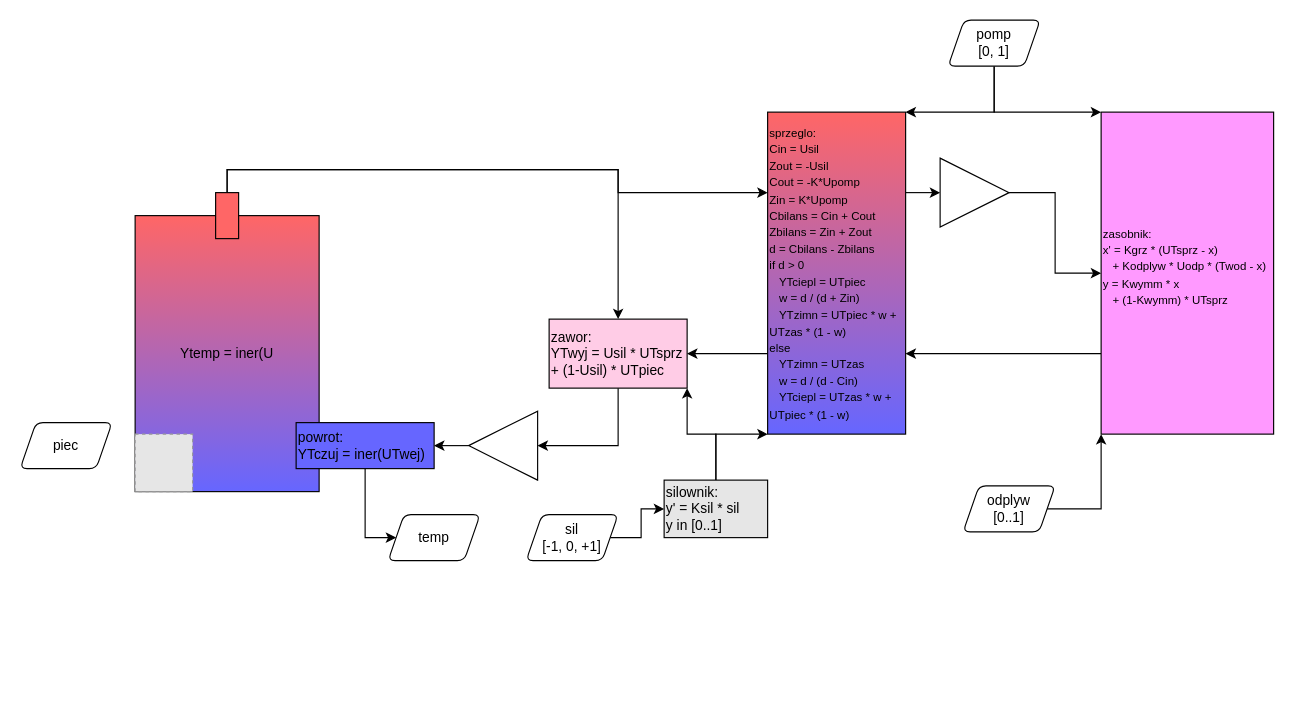
kildom/deprecated keeps this draw.io diagram as doc/TestModelDiagram.drawio. Above is the earlier version. Source tidied: cells renumbered, new cells numbered last; positions are measured from the earlier drawing's top-left corner, leaving out a move shared by most shapes. Both pictures are drawn from the tidied source at 115%, with x=0, y=0 at pixel (20, 20). Pictures stored in the file or linked from it are replaced by grey dashed boxes.
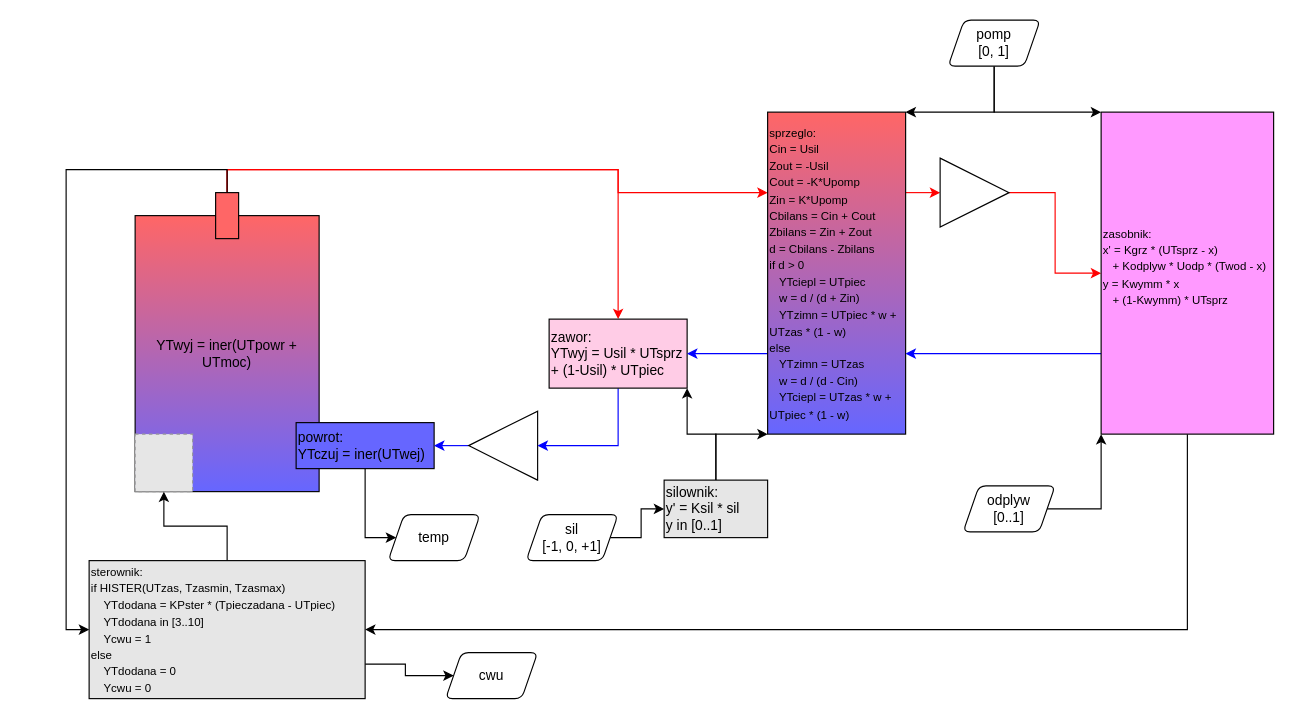
Above is the later version.

The change refers to these unchanged cells:
```xml
<mxCell id="4" value="powrot:&lt;br&gt;YTczuj = iner(UTwej)" style="rounded=0;whiteSpace=wrap;html=1;fillColor=#6666FF;gradientColor=none;align=left;" parent="1" vertex="1">
  <mxGeometry x="240" y="350" width="120" height="40" as="geometry" />
</mxCell>
<mxCell id="7" style="rounded=0;whiteSpace=wrap;html=1;fillColor=#FF6666;gradientColor=none;" parent="1" vertex="1">
  <mxGeometry x="170" y="150" width="20" height="40" as="geometry" />
</mxCell>
<mxCell id="8" style="fillColor=#E6E6E6;strokeColor=#999999;dashed=1;html=1;verticalAlign=top;verticalLabelPosition=bottom;labelBackgroundColor=#ffffff;" parent="1" vertex="1">
  <mxGeometry x="100" y="360" width="50" height="50" as="geometry" />
</mxCell>
<mxCell id="10" style="triangle;whiteSpace=wrap;html=1;fillColor=#ffffff;gradientColor=none;align=left;rotation=-180;" parent="1" vertex="1">
  <mxGeometry x="390" y="340" width="60" height="60" as="geometry" />
</mxCell>
<mxCell id="12" value="zawor:&lt;br&gt;YTwyj = Usil * UTsprz + (1-Usil) * UTpiec" style="rounded=0;whiteSpace=wrap;html=1;fillColor=#FFCCE6;gradientColor=none;align=left;" parent="1" vertex="1">
  <mxGeometry x="460" y="260" width="120" height="60" as="geometry" />
</mxCell>
<mxCell id="19" value="&lt;font style=&quot;font-size: 10px&quot;&gt;sprzeglo:&lt;br&gt;Cin = Usil&lt;br&gt;Zout = -Usil&lt;br&gt;Cout = -K*Upomp&lt;br&gt;Zin = K*Upomp&lt;br&gt;Cbilans = Cin + Cout&lt;br&gt;Zbilans = Zin + Zout&lt;br&gt;d = Cbilans - Zbilans&lt;br&gt;if d &amp;gt; 0&lt;br&gt;&amp;nbsp; &amp;nbsp;YTciepl = UTpiec&lt;br&gt;&amp;nbsp; &amp;nbsp;w = d / (d + Zin)&lt;br&gt;&amp;nbsp; &amp;nbsp;YTzimn = UTpiec * w + UTzas * (1 - w)&lt;br&gt;else&lt;br&gt;&amp;nbsp; &amp;nbsp;YTzimn = UTzas&lt;br&gt;&amp;nbsp; &amp;nbsp;w = d / (d - Cin)&lt;br&gt;&amp;nbsp; &amp;nbsp;YTciepl = UTzas * w + UTpiec * (1 - w)&lt;br&gt;&lt;/font&gt;" style="rounded=0;whiteSpace=wrap;html=1;gradientColor=#6666FF;fillColor=#FF6666;align=left;" parent="1" vertex="1">
  <mxGeometry x="650" y="80" width="120" height="280" as="geometry" />
</mxCell>
<mxCell id="24" style="triangle;whiteSpace=wrap;html=1;fillColor=#ffffff;gradientColor=none;align=left;rotation=0;" parent="1" vertex="1">
  <mxGeometry x="800" y="120" width="60" height="60" as="geometry" />
</mxCell>
<mxCell id="26" value="&lt;font&gt;&lt;span style=&quot;font-size: 10px&quot;&gt;zasobnik:&lt;/span&gt;&lt;br&gt;&lt;div&gt;&lt;span style=&quot;font-size: 10px&quot;&gt;x' = Kgrz * (UTsprz - x)&lt;/span&gt;&lt;/div&gt;&lt;div&gt;&lt;span style=&quot;font-size: 10px&quot;&gt;&amp;nbsp; &amp;nbsp;+ Kodplyw * Uodp * (Twod - x)&lt;/span&gt;&lt;/div&gt;&lt;div&gt;&lt;span style=&quot;font-size: 10px&quot;&gt;y = Kwymm * x&lt;/span&gt;&lt;/div&gt;&lt;div&gt;&lt;span style=&quot;font-size: 10px&quot;&gt;&amp;nbsp; &amp;nbsp;+ (1-Kwymm) * UTsprz&lt;/span&gt;&lt;/div&gt;&lt;div style=&quot;font-size: 10px&quot;&gt;&lt;br&gt;&lt;/div&gt;&lt;/font&gt;" style="rounded=0;whiteSpace=wrap;html=1;gradientColor=none;fillColor=#FF99FF;align=left;" parent="1" vertex="1">
  <mxGeometry x="940" y="80" width="150" height="280" as="geometry" />
</mxCell>
```

What changed in the source:
```diff
@@
-    <mxCell id="3" value="Ytemp = iner(U" style="rounded=0;whiteSpace=wrap;html=1;gradientColor=#6666FF;fillColor=#FF6666;" parent="1" vertex="1">
+    <mxCell id="3" value="YTwyj = iner(UTpowr + UTmoc)" style="rounded=0;whiteSpace=wrap;html=1;gradientColor=#6666FF;fillColor=#FF6666;" parent="1" vertex="1">
       <mxGeometry x="100" y="170" width="160" height="240" as="geometry" />
     </mxCell>
@@
-    <mxCell id="5" style="edgeStyle=orthogonalEdgeStyle;rounded=0;jettySize=auto;html=1;exitX=0.5;exitY=0;exitDx=0;exitDy=0;entryX=0.5;entryY=0;entryDx=0;entryDy=0;" parent="1" edge="1" source="7" target="12">
+    <mxCell id="5" style="edgeStyle=orthogonalEdgeStyle;rounded=0;jettySize=auto;html=1;exitX=0.5;exitY=0;exitDx=0;exitDy=0;entryX=0.5;entryY=0;entryDx=0;entryDy=0;strokeColor=#FF0000;" parent="1" edge="1" source="7" target="12">
       <mxGeometry relative="1" as="geometry">
         <Array as="points">
           <mxPoint x="180" y="130" />
           <mxPoint x="520" y="130" />
         </Array>
       </mxGeometry>
     </mxCell>
-    <mxCell id="6" style="edgeStyle=orthogonalEdgeStyle;rounded=0;jettySize=auto;html=1;exitX=0.5;exitY=0;exitDx=0;exitDy=0;entryX=0;entryY=0.25;entryDx=0;entryDy=0;" parent="1" edge="1" source="7" target="19">
+    <mxCell id="6" style="edgeStyle=orthogonalEdgeStyle;rounded=0;jettySize=auto;html=1;exitX=0.5;exitY=0;exitDx=0;exitDy=0;entryX=0;entryY=0.25;entryDx=0;entryDy=0;strokeColor=#FF0000;" parent="1" edge="1" source="7" target="19">
       <mxGeometry relative="1" as="geometry">
         <Array as="points">
           <mxPoint x="180" y="130" />
           <mxPoint x="520" y="130" />
           <mxPoint x="520" y="150" />
         </Array>
       </mxGeometry>
     </mxCell>
+    <mxCell id="32" style="edgeStyle=orthogonalEdgeStyle;rounded=0;jettySize=auto;html=1;exitX=0.5;exitY=0;exitDx=0;exitDy=0;entryX=0;entryY=0.5;entryDx=0;entryDy=0;strokeColor=#000000;" parent="1" edge="1" source="7" target="36">
+      <mxGeometry relative="1" as="geometry">
+        <Array as="points">
+          <mxPoint x="180" y="130" />
+          <mxPoint x="40" y="130" />
+          <mxPoint x="40" y="530" />
+        </Array>
+      </mxGeometry>
+    </mxCell>
@@
-    <mxCell id="9" style="edgeStyle=orthogonalEdgeStyle;rounded=0;jettySize=auto;html=1;exitX=1;exitY=0.5;exitDx=0;exitDy=0;entryX=1;entryY=0.5;entryDx=0;entryDy=0;" parent="1" edge="1" source="10" target="4">
+    <mxCell id="9" style="edgeStyle=orthogonalEdgeStyle;rounded=0;jettySize=auto;html=1;exitX=1;exitY=0.5;exitDx=0;exitDy=0;entryX=1;entryY=0.5;entryDx=0;entryDy=0;strokeColor=#0000FF;" parent="1" edge="1" source="10" target="4">
       <mxGeometry relative="1" as="geometry" />
     </mxCell>
@@
-    <mxCell id="11" style="edgeStyle=orthogonalEdgeStyle;rounded=0;jettySize=auto;html=1;exitX=0.5;exitY=1;exitDx=0;exitDy=0;entryX=0;entryY=0.5;entryDx=0;entryDy=0;" parent="1" edge="1" source="12" target="10">
+    <mxCell id="11" style="edgeStyle=orthogonalEdgeStyle;rounded=0;jettySize=auto;html=1;exitX=0.5;exitY=1;exitDx=0;exitDy=0;entryX=0;entryY=0.5;entryDx=0;entryDy=0;strokeColor=#0000FF;" parent="1" edge="1" source="12" target="10">
       <mxGeometry relative="1" as="geometry" />
     </mxCell>
@@
-    <mxCell id="16" value="piec" style="shape=parallelogram;html=1;strokeWidth=1;perimeter=parallelogramPerimeter;whiteSpace=wrap;rounded=1;arcSize=12;size=0.17333333333333334;fillColor=#FFFFFF;gradientColor=none;" parent="1" vertex="1">
-      <mxGeometry y="350" width="80" height="40" as="geometry" />
-    </mxCell>
-    <mxCell id="17" style="edgeStyle=orthogonalEdgeStyle;rounded=0;jettySize=auto;html=1;exitX=0;exitY=0.75;exitDx=0;exitDy=0;entryX=1;entryY=0.5;entryDx=0;entryDy=0;" parent="1" edge="1" source="19" target="12">
+    <mxCell id="17" style="edgeStyle=orthogonalEdgeStyle;rounded=0;jettySize=auto;html=1;exitX=0;exitY=0.75;exitDx=0;exitDy=0;entryX=1;entryY=0.5;entryDx=0;entryDy=0;strokeColor=#0000FF;" parent="1" edge="1" source="19" target="12">
       <mxGeometry relative="1" as="geometry" />
     </mxCell>
-    <mxCell id="18" style="edgeStyle=orthogonalEdgeStyle;rounded=0;jettySize=auto;html=1;exitX=1;exitY=0.25;exitDx=0;exitDy=0;entryX=0;entryY=0.5;entryDx=0;entryDy=0;" parent="1" edge="1" source="19" target="24">
+    <mxCell id="18" style="edgeStyle=orthogonalEdgeStyle;rounded=0;jettySize=auto;html=1;exitX=1;exitY=0.25;exitDx=0;exitDy=0;entryX=0;entryY=0.5;entryDx=0;entryDy=0;strokeColor=#FF0000;" parent="1" edge="1" source="19" target="24">
       <mxGeometry relative="1" as="geometry" />
     </mxCell>
@@
-    <mxCell id="23" style="edgeStyle=orthogonalEdgeStyle;rounded=0;jettySize=auto;html=1;exitX=1;exitY=0.5;exitDx=0;exitDy=0;entryX=0;entryY=0.5;entryDx=0;entryDy=0;" parent="1" edge="1" source="24" target="26">
+    <mxCell id="23" style="edgeStyle=orthogonalEdgeStyle;rounded=0;jettySize=auto;html=1;exitX=1;exitY=0.5;exitDx=0;exitDy=0;entryX=0;entryY=0.5;entryDx=0;entryDy=0;strokeColor=#FF0000;" parent="1" edge="1" source="24" target="26">
       <mxGeometry relative="1" as="geometry" />
     </mxCell>
@@
-    <mxCell id="25" style="edgeStyle=orthogonalEdgeStyle;rounded=0;jettySize=auto;html=1;exitX=0;exitY=0.75;exitDx=0;exitDy=0;entryX=1;entryY=0.75;entryDx=0;entryDy=0;" parent="1" edge="1" source="26" target="19">
+    <mxCell id="25" style="edgeStyle=orthogonalEdgeStyle;rounded=0;jettySize=auto;html=1;exitX=0;exitY=0.75;exitDx=0;exitDy=0;entryX=1;entryY=0.75;entryDx=0;entryDy=0;strokeColor=#0000FF;" parent="1" edge="1" source="26" target="19">
       <mxGeometry relative="1" as="geometry" />
     </mxCell>
+    <mxCell id="33" style="edgeStyle=orthogonalEdgeStyle;rounded=0;jettySize=auto;html=1;exitX=0.5;exitY=1;exitDx=0;exitDy=0;entryX=1;entryY=0.5;entryDx=0;entryDy=0;strokeColor=#000000;" parent="1" edge="1" source="26" target="36">
+      <mxGeometry relative="1" as="geometry" />
+    </mxCell>
@@
+    <mxCell id="34" style="edgeStyle=orthogonalEdgeStyle;rounded=0;jettySize=auto;html=1;exitX=0.5;exitY=0;exitDx=0;exitDy=0;entryX=0.5;entryY=1;entryDx=0;entryDy=0;strokeColor=#000000;" parent="1" edge="1" source="36" target="8">
+      <mxGeometry relative="1" as="geometry" />
+    </mxCell>
+    <mxCell id="35" style="edgeStyle=orthogonalEdgeStyle;rounded=0;jettySize=auto;html=1;exitX=1;exitY=0.75;exitDx=0;exitDy=0;entryX=0;entryY=0.5;entryDx=0;entryDy=0;strokeColor=#000000;" parent="1" edge="1" source="36" target="37">
+      <mxGeometry relative="1" as="geometry" />
+    </mxCell>
+    <mxCell id="36" value="&lt;font style=&quot;font-size: 10px&quot;&gt;sterownik:&lt;br&gt;if HISTER(UTzas, Tzasmin, Tzasmax)&lt;br&gt;&amp;nbsp; &amp;nbsp; YTdodana = KPster * (Tpieczadana - UTpiec)&lt;br&gt;&amp;nbsp; &amp;nbsp; YTdodana in [3..10]&lt;br&gt;&amp;nbsp; &amp;nbsp; Ycwu = 1&lt;br&gt;else&lt;br&gt;&amp;nbsp; &amp;nbsp; YTdodana = 0&lt;br&gt;&amp;nbsp; &amp;nbsp; Ycwu = 0&lt;br&gt;&lt;/font&gt;" style="rounded=0;whiteSpace=wrap;html=1;fillColor=#E6E6E6;gradientColor=none;align=left;" parent="1" vertex="1">
+      <mxGeometry x="60" y="470" width="240" height="120" as="geometry" />
+    </mxCell>
+    <mxCell id="37" value="cwu" style="shape=parallelogram;html=1;strokeWidth=1;perimeter=parallelogramPerimeter;whiteSpace=wrap;rounded=1;arcSize=12;size=0.17333333333333334;fillColor=#FFFFFF;gradientColor=none;" parent="1" vertex="1">
+      <mxGeometry x="370" y="550" width="80" height="40" as="geometry" />
+    </mxCell>
```
